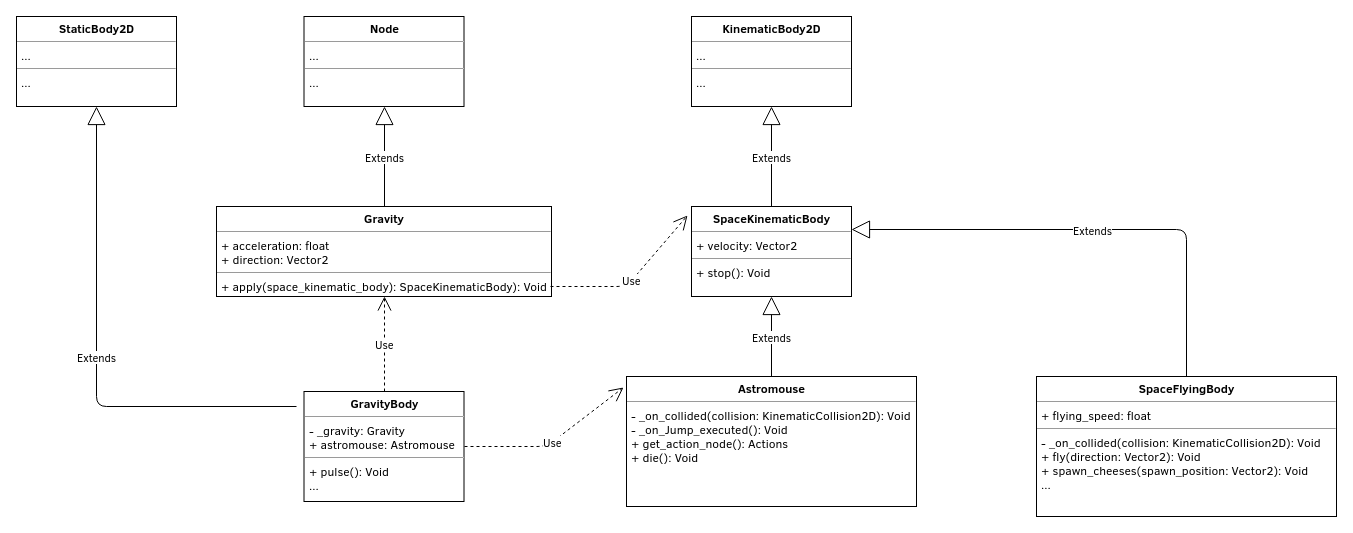
Earlier version of the draw.io export docs/physics_system_diagram.png (pigdevstudio/moon-cheeser). Source tidied: cells renumbered, new cells last; positions are measured from the earlier drawing's top-left corner, leaving out a move shared by most shapes. The source it was exported from:
```xml
<mxGraphModel>
  <root>
    <mxCell id="0" />
    <mxCell id="1" parent="0" />
    <mxCell id="2" value="&lt;p style=&quot;margin: 0px ; margin-top: 4px ; text-align: center&quot;&gt;&lt;b&gt;SpaceKinematicBody&lt;/b&gt;&lt;/p&gt;&lt;hr size=&quot;1&quot;&gt;&lt;p style=&quot;margin: 0px ; margin-left: 4px&quot;&gt;+ velocity: Vector2&lt;/p&gt;&lt;hr size=&quot;1&quot;&gt;&lt;p style=&quot;margin: 0px ; margin-left: 4px&quot;&gt;+ stop(): Void&lt;/p&gt;&lt;p style=&quot;margin: 0px ; margin-left: 4px&quot;&gt;&lt;br&gt;&lt;/p&gt;" style="verticalAlign=top;align=left;overflow=fill;fontSize=12;fontFamily=Helvetica;html=1;" parent="1" vertex="1">
      <mxGeometry x="675" y="190" width="160" height="90" as="geometry" />
    </mxCell>
    <mxCell id="3" value="&lt;p style=&quot;margin: 0px ; margin-top: 4px ; text-align: center&quot;&gt;&lt;b&gt;Astromouse&lt;/b&gt;&lt;/p&gt;&lt;hr size=&quot;1&quot;&gt;&lt;p style=&quot;margin: 0px ; margin-left: 4px&quot;&gt;&lt;span&gt;- _on_collided(collision: KinematicCollision2D): Void&lt;/span&gt;&lt;/p&gt;&lt;p style=&quot;margin: 0px ; margin-left: 4px&quot;&gt;- _on_Jump_executed(): Void&lt;/p&gt;&lt;p style=&quot;margin: 0px ; margin-left: 4px&quot;&gt;+ get_action_node(): Actions&lt;/p&gt;&lt;p style=&quot;margin: 0px ; margin-left: 4px&quot;&gt;+ die(): Void&lt;/p&gt;" style="verticalAlign=top;align=left;overflow=fill;fontSize=12;fontFamily=Helvetica;html=1;" parent="1" vertex="1">
      <mxGeometry x="610" y="360" width="290" height="130" as="geometry" />
    </mxCell>
    <mxCell id="4" value="Extends" style="endArrow=block;endSize=16;endFill=0;html=1;exitX=0.5;exitY=0;exitDx=0;exitDy=0;entryX=0.5;entryY=1;entryDx=0;entryDy=0;" parent="1" edge="1" source="3" target="2">
      <mxGeometry relative="1" as="geometry" />
    </mxCell>
    <mxCell id="5" value="&lt;p style=&quot;margin: 0px ; margin-top: 4px ; text-align: center&quot;&gt;&lt;b&gt;KinematicBody2D&lt;/b&gt;&lt;/p&gt;&lt;hr size=&quot;1&quot;&gt;&lt;p style=&quot;margin: 0px ; margin-left: 4px&quot;&gt;...&lt;/p&gt;&lt;hr size=&quot;1&quot;&gt;&lt;p style=&quot;margin: 0px ; margin-left: 4px&quot;&gt;...&lt;/p&gt;" style="verticalAlign=top;align=left;overflow=fill;fontSize=12;fontFamily=Helvetica;html=1;" parent="1" vertex="1">
      <mxGeometry x="675" width="160" height="90" as="geometry" />
    </mxCell>
    <mxCell id="6" value="Extends" style="endArrow=block;endSize=16;endFill=0;html=1;exitX=0.5;exitY=0;exitDx=0;exitDy=0;entryX=0.5;entryY=1;entryDx=0;entryDy=0;" parent="1" edge="1" source="2" target="5">
      <mxGeometry relative="1" as="geometry" />
    </mxCell>
    <mxCell id="7" value="&lt;p style=&quot;margin: 0px ; margin-top: 4px ; text-align: center&quot;&gt;&lt;b&gt;SpaceFlyingBody&lt;/b&gt;&lt;/p&gt;&lt;hr size=&quot;1&quot;&gt;&lt;p style=&quot;margin: 0px ; margin-left: 4px&quot;&gt;+ flying_speed: float&lt;/p&gt;&lt;hr size=&quot;1&quot;&gt;&lt;p style=&quot;margin: 0px ; margin-left: 4px&quot;&gt;- _on_collided(collision: KinematicCollision2D): Void&lt;/p&gt;&lt;p style=&quot;margin: 0px ; margin-left: 4px&quot;&gt;+ fly(direction: Vector2): Void&lt;/p&gt;&lt;p style=&quot;margin: 0px ; margin-left: 4px&quot;&gt;+ spawn_cheeses(spawn_position: Vector2): Void&lt;/p&gt;&lt;p style=&quot;margin: 0px ; margin-left: 4px&quot;&gt;...&lt;/p&gt;" style="verticalAlign=top;align=left;overflow=fill;fontSize=12;fontFamily=Helvetica;html=1;" parent="1" vertex="1">
      <mxGeometry x="1020" y="360" width="300" height="140" as="geometry" />
    </mxCell>
    <mxCell id="8" value="Extends" style="endArrow=block;endSize=16;endFill=0;html=1;exitX=0.5;exitY=0;exitDx=0;exitDy=0;entryX=1;entryY=0.25;entryDx=0;entryDy=0;" parent="1" edge="1" source="7" target="2">
      <mxGeometry relative="1" as="geometry">
        <Array as="points">
          <mxPoint x="1170" y="213" />
        </Array>
      </mxGeometry>
    </mxCell>
    <mxCell id="9" value="&lt;p style=&quot;margin: 0px ; margin-top: 4px ; text-align: center&quot;&gt;&lt;b&gt;Gravity&lt;/b&gt;&lt;/p&gt;&lt;hr size=&quot;1&quot;&gt;&lt;p style=&quot;margin: 0px ; margin-left: 4px&quot;&gt;+ acceleration: float&lt;/p&gt;&lt;p style=&quot;margin: 0px ; margin-left: 4px&quot;&gt;+ direction: Vector2&lt;/p&gt;&lt;hr size=&quot;1&quot;&gt;&lt;p style=&quot;margin: 0px ; margin-left: 4px&quot;&gt;+ apply(space_kinematic_body): SpaceKinematicBody): Void&lt;/p&gt;" style="verticalAlign=top;align=left;overflow=fill;fontSize=12;fontFamily=Helvetica;html=1;" parent="1" vertex="1">
      <mxGeometry x="200" y="190" width="335" height="90" as="geometry" />
    </mxCell>
    <mxCell id="10" value="Use" style="endArrow=open;endSize=12;dashed=1;html=1;exitX=0.997;exitY=0.889;exitDx=0;exitDy=0;exitPerimeter=0;entryX=-0.025;entryY=0.1;entryDx=0;entryDy=0;entryPerimeter=0;" parent="1" edge="1" source="9" target="2">
      <mxGeometry relative="1" as="geometry">
        <Array as="points">
          <mxPoint x="610" y="270" />
        </Array>
      </mxGeometry>
    </mxCell>
    <mxCell id="11" value="&lt;p style=&quot;margin: 0px ; margin-top: 4px ; text-align: center&quot;&gt;&lt;b&gt;GravityBody&lt;/b&gt;&lt;/p&gt;&lt;hr size=&quot;1&quot;&gt;&lt;p style=&quot;margin: 0px ; margin-left: 4px&quot;&gt;- _gravity: Gravity&lt;/p&gt;&lt;p style=&quot;margin: 0px ; margin-left: 4px&quot;&gt;+ astromouse: Astromouse&lt;/p&gt;&lt;hr size=&quot;1&quot;&gt;&lt;p style=&quot;margin: 0px ; margin-left: 4px&quot;&gt;+ pulse(): Void&lt;/p&gt;&lt;p style=&quot;margin: 0px ; margin-left: 4px&quot;&gt;...&lt;/p&gt;" style="verticalAlign=top;align=left;overflow=fill;fontSize=12;fontFamily=Helvetica;html=1;" parent="1" vertex="1">
      <mxGeometry x="287.5" y="375" width="160" height="110" as="geometry" />
    </mxCell>
    <mxCell id="12" value="Use" style="endArrow=open;endSize=12;dashed=1;html=1;exitX=0.5;exitY=0;exitDx=0;exitDy=0;entryX=0.5;entryY=1;entryDx=0;entryDy=0;" parent="1" edge="1" source="11" target="9">
      <mxGeometry relative="1" as="geometry" />
    </mxCell>
    <mxCell id="13" value="Use" style="endArrow=open;endSize=12;dashed=1;html=1;exitX=1;exitY=0.5;exitDx=0;exitDy=0;entryX=-0.01;entryY=0.085;entryDx=0;entryDy=0;entryPerimeter=0;" parent="1" edge="1" source="11" target="3">
      <mxGeometry relative="1" as="geometry">
        <Array as="points">
          <mxPoint x="530" y="430" />
        </Array>
      </mxGeometry>
    </mxCell>
    <mxCell id="14" value="&lt;p style=&quot;margin: 0px ; margin-top: 4px ; text-align: center&quot;&gt;&lt;b&gt;StaticBody2D&lt;/b&gt;&lt;/p&gt;&lt;hr size=&quot;1&quot;&gt;&lt;p style=&quot;margin: 0px ; margin-left: 4px&quot;&gt;...&lt;/p&gt;&lt;hr size=&quot;1&quot;&gt;&lt;p style=&quot;margin: 0px ; margin-left: 4px&quot;&gt;...&lt;/p&gt;" style="verticalAlign=top;align=left;overflow=fill;fontSize=12;fontFamily=Helvetica;html=1;" parent="1" vertex="1">
      <mxGeometry width="160" height="90" as="geometry" />
    </mxCell>
    <mxCell id="15" value="Extends" style="endArrow=block;endSize=16;endFill=0;html=1;entryX=0.5;entryY=1;entryDx=0;entryDy=0;" parent="1" edge="1" target="14">
      <mxGeometry relative="1" as="geometry">
        <mxPoint x="280" y="390" as="sourcePoint" />
        <Array as="points">
          <mxPoint x="80" y="390" />
        </Array>
      </mxGeometry>
    </mxCell>
    <mxCell id="16" value="&lt;p style=&quot;margin: 0px ; margin-top: 4px ; text-align: center&quot;&gt;&lt;b&gt;Node&lt;/b&gt;&lt;/p&gt;&lt;hr size=&quot;1&quot;&gt;&lt;p style=&quot;margin: 0px ; margin-left: 4px&quot;&gt;...&lt;/p&gt;&lt;hr size=&quot;1&quot;&gt;&lt;p style=&quot;margin: 0px ; margin-left: 4px&quot;&gt;...&lt;/p&gt;" style="verticalAlign=top;align=left;overflow=fill;fontSize=12;fontFamily=Helvetica;html=1;" parent="1" vertex="1">
      <mxGeometry x="287.5" width="160" height="90" as="geometry" />
    </mxCell>
    <mxCell id="17" value="Extends" style="endArrow=block;endSize=16;endFill=0;html=1;entryX=0.5;entryY=1;entryDx=0;entryDy=0;exitX=0.5;exitY=0;exitDx=0;exitDy=0;" parent="1" edge="1" source="9" target="16">
      <mxGeometry relative="1" as="geometry" />
    </mxCell>
  </root>
</mxGraphModel>
```
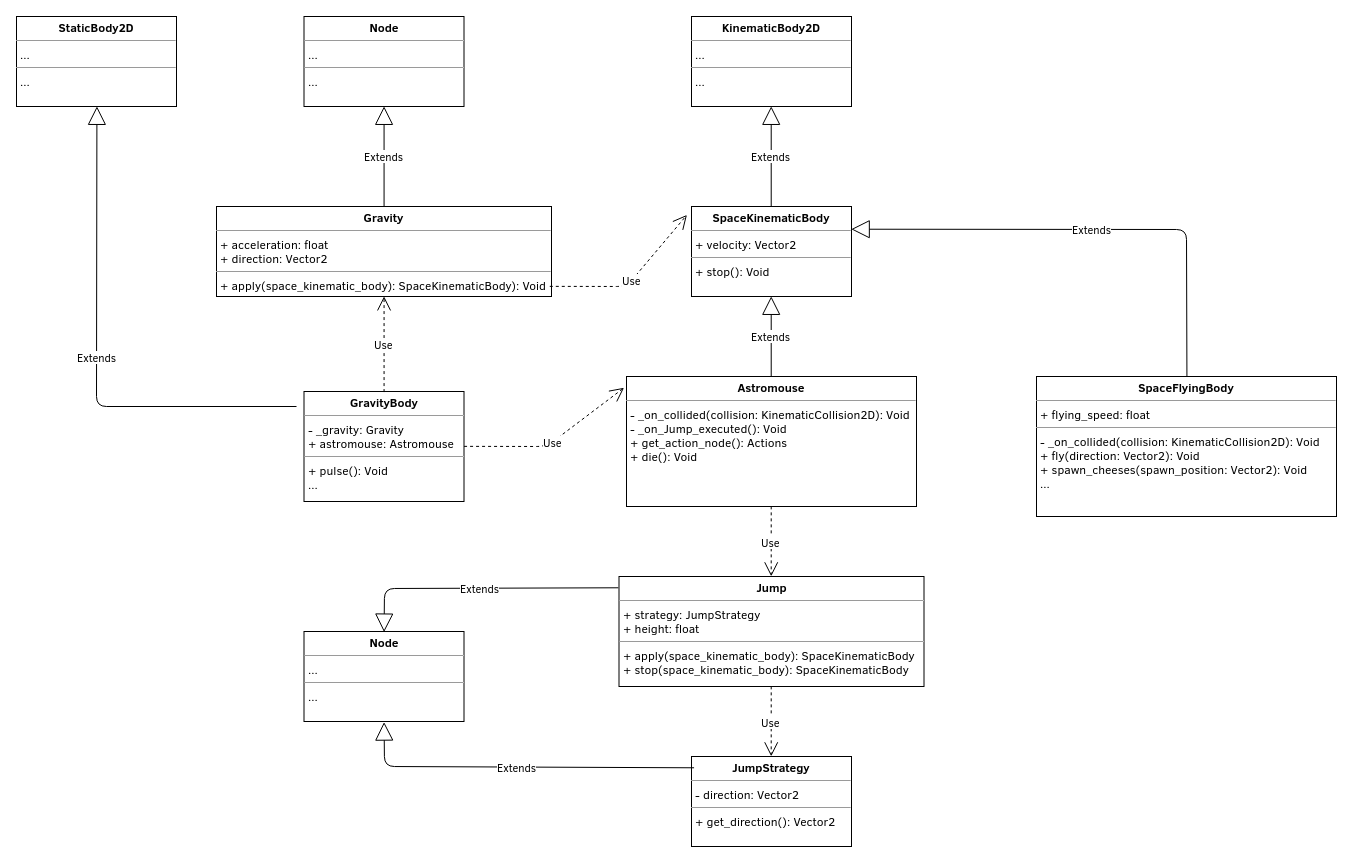
The same diagram one commit later.

Commit message:
Update physics system diagram

What changed in the source:
```diff
@@ -67,5 +67,34 @@
     <mxCell id="17" value="Extends" style="endArrow=block;endSize=16;endFill=0;html=1;entryX=0.5;entryY=1;entryDx=0;entryDy=0;exitX=0.5;exitY=0;exitDx=0;exitDy=0;" parent="1" edge="1" source="9" target="16">
       <mxGeometry relative="1" as="geometry" />
     </mxCell>
+    <mxCell id="18" value="&lt;p style=&quot;margin: 0px ; margin-top: 4px ; text-align: center&quot;&gt;&lt;b&gt;Jump&lt;/b&gt;&lt;/p&gt;&lt;hr size=&quot;1&quot;&gt;&lt;p style=&quot;margin: 0px ; margin-left: 4px&quot;&gt;+ strategy: JumpStrategy&lt;/p&gt;&lt;p style=&quot;margin: 0px ; margin-left: 4px&quot;&gt;+ height: float&lt;/p&gt;&lt;hr size=&quot;1&quot;&gt;&lt;p style=&quot;margin: 0px ; margin-left: 4px&quot;&gt;+ apply(space_kinematic_body): SpaceKinematicBody&lt;/p&gt;&lt;p style=&quot;margin: 0px ; margin-left: 4px&quot;&gt;+ stop(space_kinematic_body): SpaceKinematicBody&lt;/p&gt;" style="verticalAlign=top;align=left;overflow=fill;fontSize=12;fontFamily=Helvetica;html=1;" parent="1" vertex="1">
+      <mxGeometry x="602.5" y="560" width="305" height="110" as="geometry" />
+    </mxCell>
+    <mxCell id="19" value="&lt;p style=&quot;margin: 0px ; margin-top: 4px ; text-align: center&quot;&gt;&lt;b&gt;JumpStrategy&lt;/b&gt;&lt;/p&gt;&lt;hr size=&quot;1&quot;&gt;&lt;p style=&quot;margin: 0px ; margin-left: 4px&quot;&gt;- direction: Vector2&lt;/p&gt;&lt;hr size=&quot;1&quot;&gt;&lt;p style=&quot;margin: 0px ; margin-left: 4px&quot;&gt;+ get_direction(): Vector2&lt;/p&gt;" style="verticalAlign=top;align=left;overflow=fill;fontSize=12;fontFamily=Helvetica;html=1;" parent="1" vertex="1">
+      <mxGeometry x="675" y="740" width="160" height="90" as="geometry" />
+    </mxCell>
+    <mxCell id="20" value="Use" style="endArrow=open;endSize=12;dashed=1;html=1;exitX=0.5;exitY=1;exitDx=0;exitDy=0;entryX=0.5;entryY=0;entryDx=0;entryDy=0;" parent="1" edge="1" source="18" target="19">
+      <mxGeometry relative="1" as="geometry" />
+    </mxCell>
+    <mxCell id="21" value="Use" style="endArrow=open;endSize=12;dashed=1;html=1;exitX=0.5;exitY=1;exitDx=0;exitDy=0;entryX=0.5;entryY=0;entryDx=0;entryDy=0;" parent="1" edge="1" source="3" target="18">
+      <mxGeometry relative="1" as="geometry" />
+    </mxCell>
+    <mxCell id="22" value="&lt;p style=&quot;margin: 0px ; margin-top: 4px ; text-align: center&quot;&gt;&lt;b&gt;Node&lt;/b&gt;&lt;/p&gt;&lt;hr size=&quot;1&quot;&gt;&lt;p style=&quot;margin: 0px ; margin-left: 4px&quot;&gt;...&lt;/p&gt;&lt;hr size=&quot;1&quot;&gt;&lt;p style=&quot;margin: 0px ; margin-left: 4px&quot;&gt;...&lt;/p&gt;" style="verticalAlign=top;align=left;overflow=fill;fontSize=12;fontFamily=Helvetica;html=1;" parent="1" vertex="1">
+      <mxGeometry x="287.5" y="615" width="160" height="90" as="geometry" />
+    </mxCell>
+    <mxCell id="23" value="Extends" style="endArrow=block;endSize=16;endFill=0;html=1;exitX=-0.002;exitY=0.109;exitDx=0;exitDy=0;exitPerimeter=0;entryX=0.5;entryY=0;entryDx=0;entryDy=0;" parent="1" edge="1" source="18" target="22">
+      <mxGeometry relative="1" as="geometry">
+        <Array as="points">
+          <mxPoint x="368" y="572" />
+        </Array>
+      </mxGeometry>
+    </mxCell>
+    <mxCell id="24" value="Extends" style="endArrow=block;endSize=16;endFill=0;html=1;entryX=0.5;entryY=1;entryDx=0;entryDy=0;exitX=0.013;exitY=0.133;exitDx=0;exitDy=0;exitPerimeter=0;" parent="1" edge="1" source="19" target="22">
+      <mxGeometry relative="1" as="geometry">
+        <Array as="points">
+          <mxPoint x="368" y="750" />
+        </Array>
+      </mxGeometry>
+    </mxCell>
   </root>
 </mxGraphModel>
```
